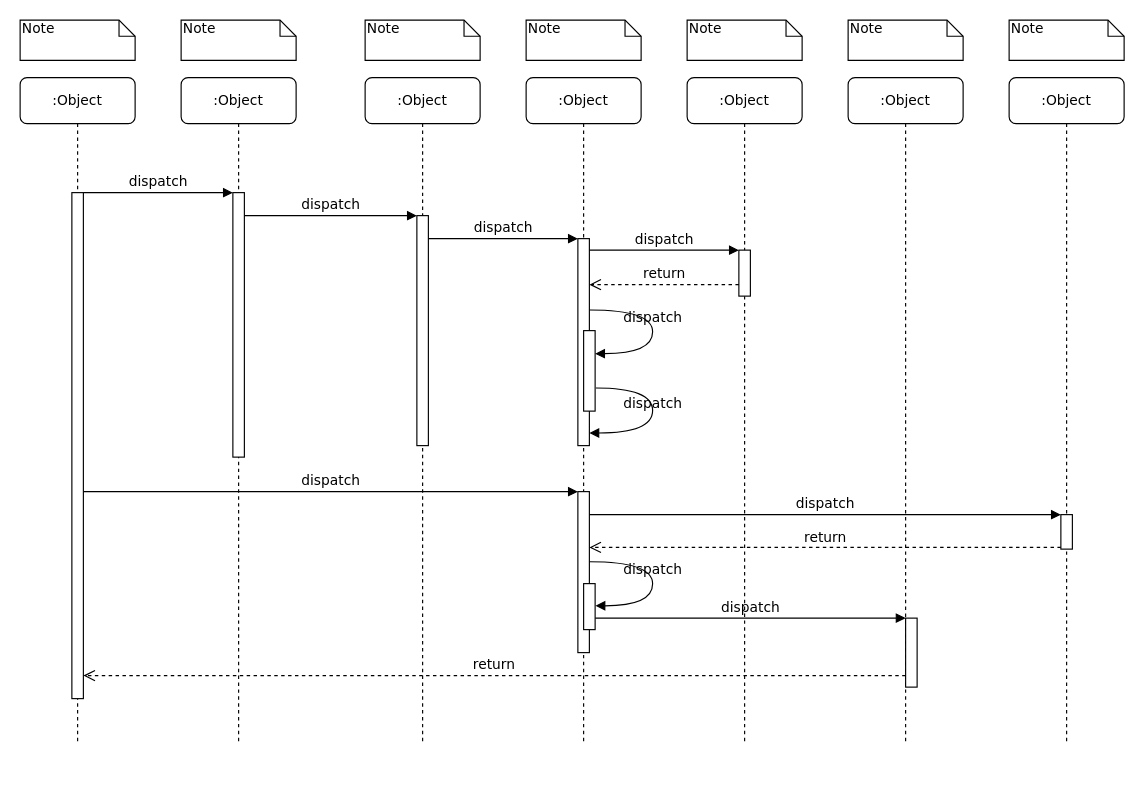
Earlier version of the draw.io diagram Sequence_Model.drawio (critschris/COMP-354). Source tidied: cells renumbered, new cells numbered last; positions are measured from the earlier drawing's top-left corner, leaving out a move shared by most shapes. Both pictures are drawn from the tidied source at 115%, with x=0, y=0 at pixel (20, 20).
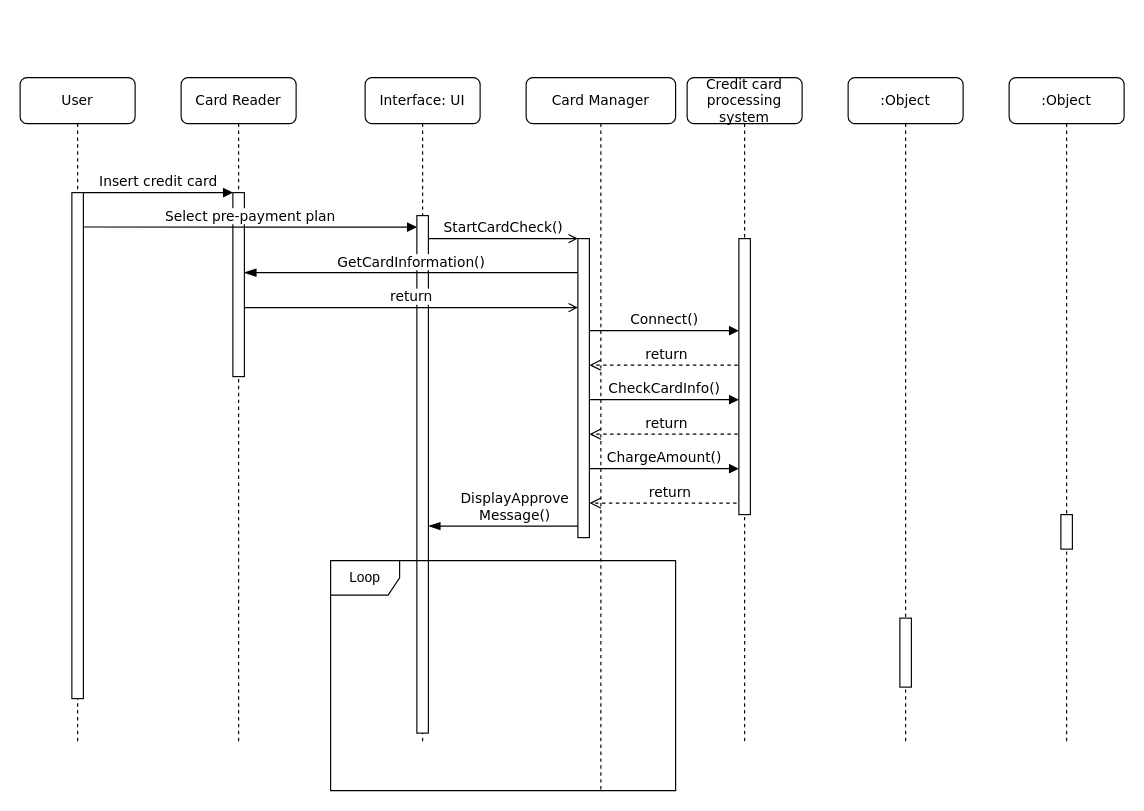
Above is the later version.

The change refers to these unchanged cells:
```xml
<mxCell id="8" value=":Object" style="shape=umlLifeline;perimeter=lifelinePerimeter;whiteSpace=wrap;html=1;rounded=1;shadow=0;comic=0;labelBackgroundColor=none;strokeWidth=1;fontFamily=Verdana;fontSize=12;align=center;" parent="1" vertex="1">
  <mxGeometry x="720" y="50" width="100" height="580" as="geometry" />
</mxCell>
<mxCell id="11" style="html=1;points=[];perimeter=orthogonalPerimeter;rounded=0;shadow=0;comic=0;labelBackgroundColor=none;strokeWidth=1;fontFamily=Verdana;fontSize=12;align=center;" parent="10" vertex="1">
  <mxGeometry x="45" y="100" width="10" height="440" as="geometry" />
</mxCell>
<mxCell id="19" style="html=1;points=[];perimeter=orthogonalPerimeter;rounded=0;shadow=0;comic=0;labelBackgroundColor=none;strokeColor=#000000;strokeWidth=1;fillColor=#FFFFFF;fontFamily=Verdana;fontSize=12;fontColor=#000000;align=center;" parent="1" vertex="1">
  <mxGeometry x="905" y="430" width="10" height="30" as="geometry" />
</mxCell>
```

The edit, as a diff of the source:
```diff
@@
-    <mxCell id="2" value=":Object" style="shape=umlLifeline;perimeter=lifelinePerimeter;whiteSpace=wrap;html=1;rounded=1;shadow=0;comic=0;labelBackgroundColor=none;strokeWidth=1;fontFamily=Verdana;fontSize=12;align=center;" parent="1" vertex="1">
+    <mxCell id="2" value="Card Reader" style="shape=umlLifeline;perimeter=lifelinePerimeter;whiteSpace=wrap;html=1;rounded=1;shadow=0;comic=0;labelBackgroundColor=none;strokeWidth=1;fontFamily=Verdana;fontSize=12;align=center;" parent="1" vertex="1">
       <mxGeometry x="140" y="50" width="100" height="580" as="geometry" />
     </mxCell>
     <mxCell id="3" style="html=1;points=[];perimeter=orthogonalPerimeter;rounded=0;shadow=0;comic=0;labelBackgroundColor=none;strokeWidth=1;fontFamily=Verdana;fontSize=12;align=center;" parent="2" vertex="1">
-      <mxGeometry x="45" y="100" width="10" height="230" as="geometry" />
+      <mxGeometry x="45" y="100" width="10" height="160" as="geometry" />
     </mxCell>
+    <mxCell id="26" value="&lt;span style=&quot;background-color: light-dark(#ffffff, var(--ge-dark-color, #121212));&quot;&gt;Select pre-payment plan&lt;/span&gt;" style="html=1;verticalAlign=bottom;endArrow=block;entryX=0;entryY=0;labelBackgroundColor=none;fontFamily=Verdana;fontSize=12;edgeStyle=elbowEdgeStyle;elbow=vertical;exitX=0.7;exitY=0.068;exitDx=0;exitDy=0;exitPerimeter=0;" parent="2" edge="1" source="11">
+      <mxGeometry x="0.01" relative="1" as="geometry">
+        <mxPoint x="205" y="130" as="targetPoint" />
+      </mxGeometry>
+    </mxCell>
-    <mxCell id="4" value=":Object" style="shape=umlLifeline;perimeter=lifelinePerimeter;whiteSpace=wrap;html=1;rounded=1;shadow=0;comic=0;labelBackgroundColor=none;strokeWidth=1;fontFamily=Verdana;fontSize=12;align=center;" parent="1" vertex="1">
+    <mxCell id="4" value="Interface: UI" style="shape=umlLifeline;perimeter=lifelinePerimeter;whiteSpace=wrap;html=1;rounded=1;shadow=0;comic=0;labelBackgroundColor=none;strokeWidth=1;fontFamily=Verdana;fontSize=12;align=center;" parent="1" vertex="1">
       <mxGeometry x="300" y="50" width="100" height="580" as="geometry" />
     </mxCell>
     <mxCell id="5" style="html=1;points=[];perimeter=orthogonalPerimeter;rounded=0;shadow=0;comic=0;labelBackgroundColor=none;strokeWidth=1;fontFamily=Verdana;fontSize=12;align=center;" parent="4" vertex="1">
-      <mxGeometry x="45" y="120" width="10" height="200" as="geometry" />
+      <mxGeometry x="45" y="120" width="10" height="450" as="geometry" />
     </mxCell>
-    <mxCell id="6" value=":Object" style="shape=umlLifeline;perimeter=lifelinePerimeter;whiteSpace=wrap;html=1;rounded=1;shadow=0;comic=0;labelBackgroundColor=none;strokeWidth=1;fontFamily=Verdana;fontSize=12;align=center;" parent="1" vertex="1">
-      <mxGeometry x="440" y="50" width="100" height="580" as="geometry" />
+    <mxCell id="6" value="&lt;p&gt;Card Manager&lt;/p&gt;" style="shape=umlLifeline;perimeter=lifelinePerimeter;whiteSpace=wrap;html=1;rounded=1;shadow=0;comic=0;labelBackgroundColor=none;strokeWidth=1;fontFamily=Verdana;fontSize=12;align=center;" parent="1" vertex="1">
+      <mxGeometry x="440" y="50" width="130" height="620" as="geometry" />
     </mxCell>
+    <mxCell id="39" value="&lt;span style=&quot;background-color: light-dark(#ffffff, var(--ge-dark-color, #121212));&quot;&gt;return&lt;/span&gt;" style="html=1;verticalAlign=bottom;endArrow=open;endSize=8;labelBackgroundColor=none;fontFamily=Verdana;fontSize=12;edgeStyle=elbowEdgeStyle;elbow=vertical;dashed=1;" parent="6" edge="1">
+      <mxGeometry relative="1" as="geometry">
+        <mxPoint x="190" y="250" as="sourcePoint" />
+        <mxPoint x="55" y="250" as="targetPoint" />
+        <Array as="points">
+          <mxPoint x="165" y="250" />
+        </Array>
+      </mxGeometry>
+    </mxCell>
+    <mxCell id="40" value="Loop" style="shape=umlFrame;whiteSpace=wrap;html=1;" parent="6" vertex="1">
+      <mxGeometry x="-170" y="420" width="300" height="200" as="geometry" />
+    </mxCell>
-    <mxCell id="7" value=":Object" style="shape=umlLifeline;perimeter=lifelinePerimeter;whiteSpace=wrap;html=1;rounded=1;shadow=0;comic=0;labelBackgroundColor=none;strokeWidth=1;fontFamily=Verdana;fontSize=12;align=center;" parent="1" vertex="1">
+    <mxCell id="7" value="&lt;p&gt;&lt;font&gt;&lt;span style=&quot;&quot; lang=&quot;EN-US&quot;&gt;Credit card&lt;br&gt;&lt;/span&gt;&lt;span style=&quot;&quot; lang=&quot;EN-US&quot;&gt;processing system&lt;/span&gt;&lt;/font&gt;&lt;/p&gt;" style="shape=umlLifeline;perimeter=lifelinePerimeter;whiteSpace=wrap;html=1;rounded=1;shadow=0;comic=0;labelBackgroundColor=none;strokeWidth=1;fontFamily=Verdana;fontSize=12;align=center;" parent="1" vertex="1">
       <mxGeometry x="580" y="50" width="100" height="580" as="geometry" />
     </mxCell>
+    <mxCell id="41" value="CheckCardInfo()" style="html=1;verticalAlign=bottom;endArrow=block;labelBackgroundColor=none;fontFamily=Verdana;fontSize=12;edgeStyle=elbowEdgeStyle;elbow=vertical;" parent="7" edge="1">
+      <mxGeometry relative="1" as="geometry">
+        <mxPoint x="-85" y="280" as="sourcePoint" />
+        <mxPoint x="45" y="280" as="targetPoint" />
+        <Array as="points">
+          <mxPoint x="-80" y="280" />
+        </Array>
+      </mxGeometry>
+    </mxCell>
+    <mxCell id="42" value="&lt;span style=&quot;background-color: light-dark(#ffffff, var(--ge-dark-color, #121212));&quot;&gt;return&lt;/span&gt;" style="html=1;verticalAlign=bottom;endArrow=open;endSize=8;labelBackgroundColor=none;fontFamily=Verdana;fontSize=12;edgeStyle=elbowEdgeStyle;elbow=vertical;dashed=1;" parent="7" edge="1">
+      <mxGeometry relative="1" as="geometry">
+        <mxPoint x="50" y="310" as="sourcePoint" />
+        <mxPoint x="-85" y="310" as="targetPoint" />
+        <Array as="points">
+          <mxPoint x="25" y="310" />
+        </Array>
+      </mxGeometry>
+    </mxCell>
+    <mxCell id="43" value="&lt;span style=&quot;background-color: light-dark(#ffffff, var(--ge-dark-color, #121212));&quot;&gt;return&lt;/span&gt;" style="html=1;verticalAlign=bottom;endArrow=open;endSize=8;labelBackgroundColor=none;fontFamily=Verdana;fontSize=12;edgeStyle=elbowEdgeStyle;elbow=vertical;dashed=1;" parent="7" edge="1">
+      <mxGeometry relative="1" as="geometry">
+        <mxPoint x="55" y="370" as="sourcePoint" />
+        <mxPoint x="-85" y="370" as="targetPoint" />
+        <Array as="points">
+          <mxPoint x="30" y="370" />
+        </Array>
+      </mxGeometry>
+    </mxCell>
@@
+    <mxCell id="22" style="html=1;points=[];perimeter=orthogonalPerimeter;rounded=0;shadow=0;comic=0;labelBackgroundColor=none;strokeWidth=1;fontFamily=Verdana;fontSize=12;align=center;" parent="8" vertex="1">
+      <mxGeometry x="45" y="470" width="10" height="60" as="geometry" />
+    </mxCell>
@@
-    <mxCell id="10" value=":Object" style="shape=umlLifeline;perimeter=lifelinePerimeter;whiteSpace=wrap;html=1;rounded=1;shadow=0;comic=0;labelBackgroundColor=none;strokeWidth=1;fontFamily=Verdana;fontSize=12;align=center;" parent="1" vertex="1">
+    <mxCell id="10" value="User" style="shape=umlLifeline;perimeter=lifelinePerimeter;whiteSpace=wrap;html=1;rounded=1;shadow=0;comic=0;labelBackgroundColor=none;strokeWidth=1;fontFamily=Verdana;fontSize=12;align=center;" parent="1" vertex="1">
       <mxGeometry y="50" width="100" height="580" as="geometry" />
     </mxCell>
@@
     <mxCell id="12" style="html=1;points=[];perimeter=orthogonalPerimeter;rounded=0;shadow=0;comic=0;labelBackgroundColor=none;strokeWidth=1;fontFamily=Verdana;fontSize=12;align=center;" parent="1" vertex="1">
-      <mxGeometry x="485" y="190" width="10" height="180" as="geometry" />
+      <mxGeometry x="485" y="190" width="10" height="260" as="geometry" />
     </mxCell>
-    <mxCell id="13" value="dispatch" style="html=1;verticalAlign=bottom;endArrow=block;labelBackgroundColor=none;fontFamily=Verdana;fontSize=12;edgeStyle=elbowEdgeStyle;elbow=vertical;" parent="1" edge="1" source="5" target="12">
+    <mxCell id="13" value="StartCardCheck()" style="html=1;verticalAlign=bottom;endArrow=open;labelBackgroundColor=none;fontFamily=Verdana;fontSize=12;edgeStyle=elbowEdgeStyle;elbow=vertical;endFill=0;" parent="1" edge="1" source="5" target="12">
       <mxGeometry relative="1" as="geometry">
         <Array as="points">
           <mxPoint x="360" y="190" />
         </Array>
       </mxGeometry>
     </mxCell>
     <mxCell id="14" style="html=1;points=[];perimeter=orthogonalPerimeter;rounded=0;shadow=0;comic=0;labelBackgroundColor=none;strokeWidth=1;fontFamily=Verdana;fontSize=12;align=center;" parent="1" vertex="1">
-      <mxGeometry x="625" y="200" width="10" height="40" as="geometry" />
+      <mxGeometry x="625" y="190" width="10" height="240" as="geometry" />
     </mxCell>
-    <mxCell id="15" value="dispatch" style="html=1;verticalAlign=bottom;endArrow=block;entryX=0;entryY=0;labelBackgroundColor=none;fontFamily=Verdana;fontSize=12;edgeStyle=elbowEdgeStyle;elbow=vertical;" parent="1" edge="1" source="12" target="14">
-      <mxGeometry relative="1" as="geometry" />
-    </mxCell>
-    <mxCell id="16" value="return" style="html=1;verticalAlign=bottom;endArrow=open;dashed=1;endSize=8;labelBackgroundColor=none;fontFamily=Verdana;fontSize=12;edgeStyle=elbowEdgeStyle;elbow=vertical;" parent="1" edge="1" source="14" target="12">
-      <mxGeometry relative="1" as="geometry">
-        <Array as="points">
-          <mxPoint x="570" y="230" />
-          <mxPoint x="600" y="230" />
-        </Array>
-      </mxGeometry>
-    </mxCell>
-    <mxCell id="17" style="html=1;points=[];perimeter=orthogonalPerimeter;rounded=0;shadow=0;comic=0;labelBackgroundColor=none;strokeWidth=1;fontFamily=Verdana;fontSize=12;align=center;" parent="1" vertex="1">
-      <mxGeometry x="485" y="410" width="10" height="140" as="geometry" />
-    </mxCell>
-    <mxCell id="18" value="dispatch" style="html=1;verticalAlign=bottom;endArrow=block;entryX=0;entryY=0;labelBackgroundColor=none;fontFamily=Verdana;fontSize=12;" parent="1" edge="1" source="11" target="17">
-      <mxGeometry relative="1" as="geometry" />
-    </mxCell>
@@
-    <mxCell id="20" value="dispatch" style="html=1;verticalAlign=bottom;endArrow=block;entryX=0;entryY=0;labelBackgroundColor=none;fontFamily=Verdana;fontSize=12;" parent="1" edge="1" source="17" target="19">
-      <mxGeometry relative="1" as="geometry" />
-    </mxCell>
-    <mxCell id="21" value="return" style="html=1;verticalAlign=bottom;endArrow=open;dashed=1;endSize=8;exitX=0;exitY=0.95;labelBackgroundColor=none;fontFamily=Verdana;fontSize=12;" parent="1" edge="1" source="19" target="17">
-      <mxGeometry relative="1" as="geometry" />
-    </mxCell>
-    <mxCell id="22" style="html=1;points=[];perimeter=orthogonalPerimeter;rounded=0;shadow=0;comic=0;labelBackgroundColor=none;strokeWidth=1;fontFamily=Verdana;fontSize=12;align=center;" parent="1" vertex="1">
-      <mxGeometry x="770" y="520" width="10" height="60" as="geometry" />
-    </mxCell>
-    <mxCell id="23" value="dispatch" style="html=1;verticalAlign=bottom;endArrow=block;entryX=0;entryY=0;labelBackgroundColor=none;fontFamily=Verdana;fontSize=12;edgeStyle=elbowEdgeStyle;elbow=vertical;" parent="1" edge="1" source="30" target="22">
-      <mxGeometry relative="1" as="geometry" />
-    </mxCell>
-    <mxCell id="24" value="return" style="html=1;verticalAlign=bottom;endArrow=open;dashed=1;endSize=8;labelBackgroundColor=none;fontFamily=Verdana;fontSize=12;edgeStyle=elbowEdgeStyle;elbow=vertical;" parent="1" edge="1" source="22" target="11">
-      <mxGeometry relative="1" as="geometry">
-        <Array as="points">
-          <mxPoint x="470" y="570" />
-        </Array>
-      </mxGeometry>
-    </mxCell>
-    <mxCell id="25" value="dispatch" style="html=1;verticalAlign=bottom;endArrow=block;entryX=0;entryY=0;labelBackgroundColor=none;fontFamily=Verdana;fontSize=12;edgeStyle=elbowEdgeStyle;elbow=vertical;" parent="1" edge="1" source="11" target="3">
+    <mxCell id="25" value="Insert credit card" style="html=1;verticalAlign=bottom;endArrow=block;entryX=0;entryY=0;labelBackgroundColor=none;fontFamily=Verdana;fontSize=12;edgeStyle=elbowEdgeStyle;elbow=vertical;" parent="1" edge="1" source="11" target="3">
       <mxGeometry relative="1" as="geometry" />
     </mxCell>
-    <mxCell id="26" value="dispatch" style="html=1;verticalAlign=bottom;endArrow=block;entryX=0;entryY=0;labelBackgroundColor=none;fontFamily=Verdana;fontSize=12;edgeStyle=elbowEdgeStyle;elbow=vertical;" parent="1" edge="1" source="3" target="5">
-      <mxGeometry relative="1" as="geometry" />
-    </mxCell>
-    <mxCell id="27" style="html=1;points=[];perimeter=orthogonalPerimeter;rounded=0;shadow=0;comic=0;labelBackgroundColor=none;strokeWidth=1;fontFamily=Verdana;fontSize=12;align=center;" parent="1" vertex="1">
-      <mxGeometry x="490" y="270" width="10" height="70" as="geometry" />
-    </mxCell>
-    <mxCell id="28" value="dispatch" style="html=1;verticalAlign=bottom;endArrow=block;labelBackgroundColor=none;fontFamily=Verdana;fontSize=12;elbow=vertical;edgeStyle=orthogonalEdgeStyle;curved=1;entryX=1;entryY=0.286;entryPerimeter=0;exitX=1.038;exitY=0.345;exitPerimeter=0;" parent="1" edge="1" source="12" target="27">
-      <mxGeometry relative="1" as="geometry">
-        <Array as="points">
-          <mxPoint x="550" y="252" />
-          <mxPoint x="550" y="290" />
-        </Array>
-      </mxGeometry>
-    </mxCell>
-    <mxCell id="29" value="dispatch" style="html=1;verticalAlign=bottom;endArrow=block;labelBackgroundColor=none;fontFamily=Verdana;fontSize=12;elbow=vertical;edgeStyle=orthogonalEdgeStyle;curved=1;exitX=1.066;exitY=0.713;exitPerimeter=0;" parent="1" edge="1" source="27">
-      <mxGeometry relative="1" as="geometry">
-        <mxPoint x="495" y="359" as="targetPoint" />
-        <Array as="points">
-          <mxPoint x="550" y="320" />
-          <mxPoint x="550" y="359" />
-        </Array>
-      </mxGeometry>
-    </mxCell>
-    <mxCell id="30" style="html=1;points=[];perimeter=orthogonalPerimeter;rounded=0;shadow=0;comic=0;labelBackgroundColor=none;strokeWidth=1;fontFamily=Verdana;fontSize=12;align=center;" parent="1" vertex="1">
-      <mxGeometry x="490" y="490" width="10" height="40" as="geometry" />
-    </mxCell>
-    <mxCell id="31" value="dispatch" style="html=1;verticalAlign=bottom;endArrow=block;labelBackgroundColor=none;fontFamily=Verdana;fontSize=12;elbow=vertical;edgeStyle=orthogonalEdgeStyle;curved=1;entryX=1;entryY=0.286;entryPerimeter=0;exitX=1.038;exitY=0.345;exitPerimeter=0;" parent="1" edge="1">
-      <mxGeometry relative="1" as="geometry">
-        <mxPoint x="495.3" y="471" as="sourcePoint" />
-        <mxPoint x="500.3" y="509.3" as="targetPoint" />
-        <Array as="points">
-          <mxPoint x="550" y="471" />
-          <mxPoint x="550" y="509" />
-        </Array>
-      </mxGeometry>
-    </mxCell>
-    <mxCell id="32" value="Note" style="shape=note;whiteSpace=wrap;html=1;size=14;verticalAlign=top;align=left;spacingTop=-6;rounded=0;shadow=0;comic=0;labelBackgroundColor=none;strokeWidth=1;fontFamily=Verdana;fontSize=12;" parent="1" vertex="1">
-      <mxGeometry width="100" height="35" as="geometry" />
-    </mxCell>
-    <mxCell id="33" value="Note" style="shape=note;whiteSpace=wrap;html=1;size=14;verticalAlign=top;align=left;spacingTop=-6;rounded=0;shadow=0;comic=0;labelBackgroundColor=none;strokeWidth=1;fontFamily=Verdana;fontSize=12;" parent="1" vertex="1">
-      <mxGeometry x="140" width="100" height="35" as="geometry" />
-    </mxCell>
-    <mxCell id="34" value="Note" style="shape=note;whiteSpace=wrap;html=1;size=14;verticalAlign=top;align=left;spacingTop=-6;rounded=0;shadow=0;comic=0;labelBackgroundColor=none;strokeWidth=1;fontFamily=Verdana;fontSize=12;" parent="1" vertex="1">
-      <mxGeometry x="300" width="100" height="35" as="geometry" />
-    </mxCell>
-    <mxCell id="35" value="Note" style="shape=note;whiteSpace=wrap;html=1;size=14;verticalAlign=top;align=left;spacingTop=-6;rounded=0;shadow=0;comic=0;labelBackgroundColor=none;strokeWidth=1;fontFamily=Verdana;fontSize=12;" parent="1" vertex="1">
-      <mxGeometry x="440" width="100" height="35" as="geometry" />
-    </mxCell>
-    <mxCell id="36" value="Note" style="shape=note;whiteSpace=wrap;html=1;size=14;verticalAlign=top;align=left;spacingTop=-6;rounded=0;shadow=0;comic=0;labelBackgroundColor=none;strokeWidth=1;fontFamily=Verdana;fontSize=12;" parent="1" vertex="1">
-      <mxGeometry x="580" width="100" height="35" as="geometry" />
-    </mxCell>
-    <mxCell id="37" value="Note" style="shape=note;whiteSpace=wrap;html=1;size=14;verticalAlign=top;align=left;spacingTop=-6;rounded=0;shadow=0;comic=0;labelBackgroundColor=none;strokeWidth=1;fontFamily=Verdana;fontSize=12;" parent="1" vertex="1">
-      <mxGeometry x="720" width="100" height="35" as="geometry" />
-    </mxCell>
-    <mxCell id="38" value="Note" style="shape=note;whiteSpace=wrap;html=1;size=14;verticalAlign=top;align=left;spacingTop=-6;rounded=0;shadow=0;comic=0;labelBackgroundColor=none;strokeWidth=1;fontFamily=Verdana;fontSize=12;" parent="1" vertex="1">
-      <mxGeometry x="860" width="100" height="35" as="geometry" />
-    </mxCell>
+    <mxCell id="44" value="&lt;span style=&quot;background-color: light-dark(#ffffff, var(--ge-dark-color, #121212));&quot;&gt;GetCardInformation()&lt;/span&gt;" style="html=1;verticalAlign=bottom;endArrow=blockThin;endSize=8;labelBackgroundColor=none;fontFamily=Verdana;fontSize=12;edgeStyle=elbowEdgeStyle;elbow=vertical;endFill=1;" parent="1" edge="1">
+      <mxGeometry relative="1" as="geometry">
+        <mxPoint x="485" y="219.6" as="sourcePoint" />
+        <mxPoint x="195" y="220" as="targetPoint" />
+        <Array as="points">
+          <mxPoint x="430" y="219.6" />
+          <mxPoint x="460" y="219.6" />
+        </Array>
+      </mxGeometry>
+    </mxCell>
+    <mxCell id="45" value="&lt;span style=&quot;background-color: rgb(255, 255, 255);&quot;&gt;return&lt;/span&gt;" style="html=1;verticalAlign=bottom;endArrow=open;labelBackgroundColor=none;fontFamily=Verdana;fontSize=12;edgeStyle=elbowEdgeStyle;elbow=vertical;endFill=0;" parent="1" edge="1">
+      <mxGeometry relative="1" as="geometry">
+        <mxPoint x="195" y="250" as="sourcePoint" />
+        <mxPoint x="485" y="250" as="targetPoint" />
+        <Array as="points">
+          <mxPoint x="205" y="250" />
+        </Array>
+      </mxGeometry>
+    </mxCell>
+    <mxCell id="46" value="Connect()" style="html=1;verticalAlign=bottom;endArrow=block;labelBackgroundColor=none;fontFamily=Verdana;fontSize=12;edgeStyle=elbowEdgeStyle;elbow=vertical;" parent="1" edge="1">
+      <mxGeometry relative="1" as="geometry">
+        <mxPoint x="495" y="270" as="sourcePoint" />
+        <mxPoint x="625" y="270" as="targetPoint" />
+        <Array as="points">
+          <mxPoint x="500" y="270" />
+        </Array>
+      </mxGeometry>
+    </mxCell>
+    <mxCell id="47" value="ChargeAmount()" style="html=1;verticalAlign=bottom;endArrow=block;labelBackgroundColor=none;fontFamily=Verdana;fontSize=12;edgeStyle=elbowEdgeStyle;elbow=vertical;" parent="1" edge="1">
+      <mxGeometry relative="1" as="geometry">
+        <mxPoint x="495" y="390" as="sourcePoint" />
+        <mxPoint x="625" y="390" as="targetPoint" />
+        <Array as="points">
+          <mxPoint x="500" y="390" />
+        </Array>
+      </mxGeometry>
+    </mxCell>
+    <mxCell id="48" value="&lt;span style=&quot;background-color: rgb(255, 255, 255);&quot;&gt;DisplayApprove&lt;/span&gt;&lt;div&gt;&lt;span style=&quot;background-color: rgb(255, 255, 255);&quot;&gt;Message()&lt;/span&gt;&lt;/div&gt;" style="html=1;verticalAlign=bottom;endArrow=blockThin;endSize=8;labelBackgroundColor=none;fontFamily=Verdana;fontSize=12;edgeStyle=elbowEdgeStyle;elbow=vertical;endFill=1;" parent="1" edge="1">
+      <mxGeometry x="-0.15" relative="1" as="geometry">
+        <mxPoint x="485" y="440" as="sourcePoint" />
+        <mxPoint x="355" y="440" as="targetPoint" />
+        <Array as="points">
+          <mxPoint x="430" y="440" />
+          <mxPoint x="460" y="440" />
+        </Array>
+      </mxGeometry>
+    </mxCell>
```
